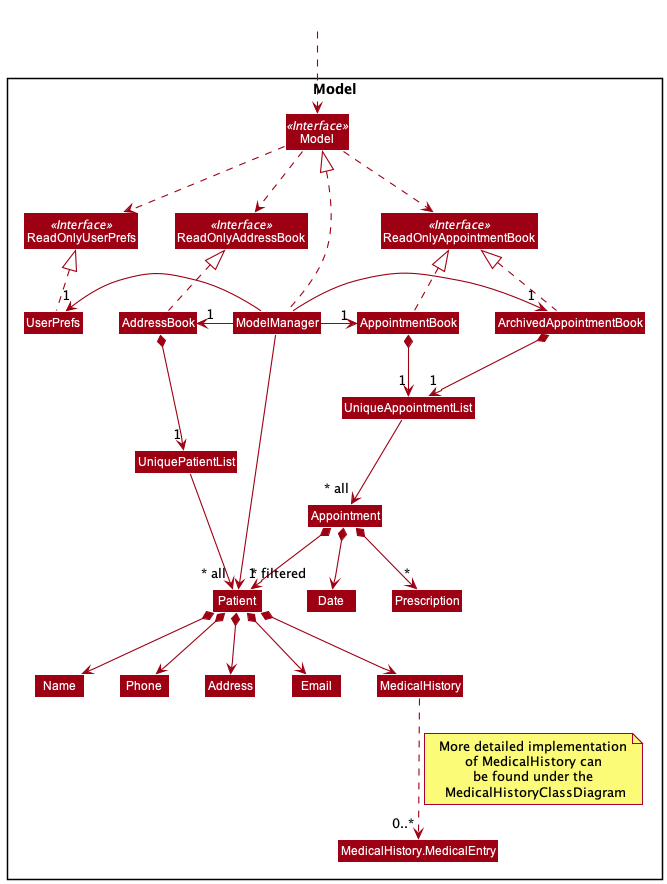
rish-16/tp keeps this PlantUML diagram as docs/diagrams/ModelClassDiagram.png. Above is the earlier version.
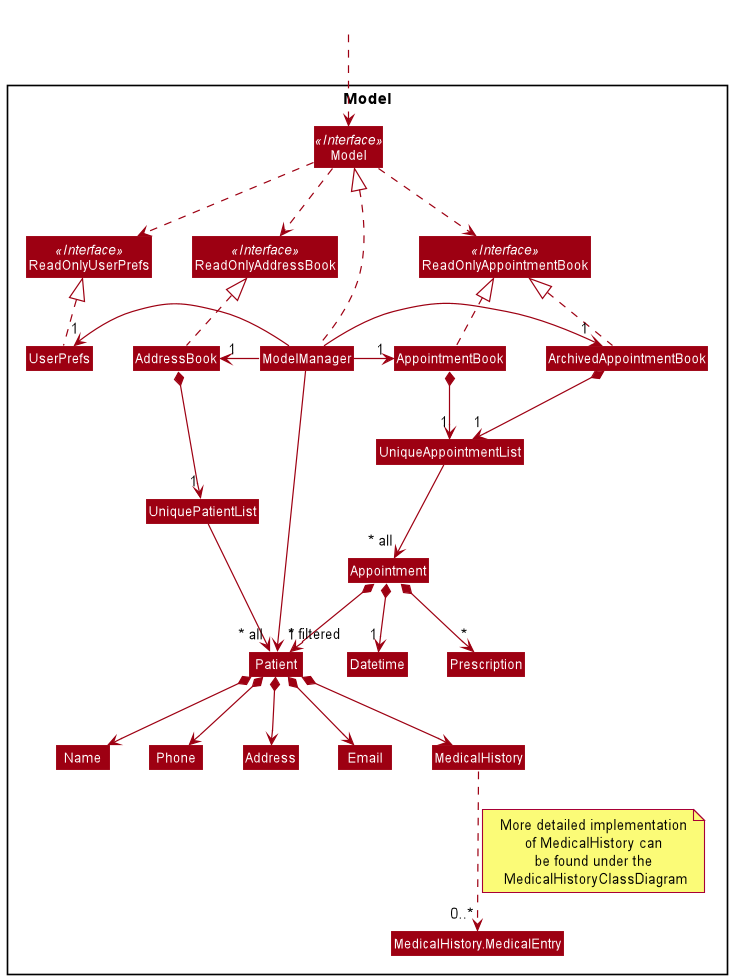
After the commit.

Change to the diagram source:
```diff
@@ -32,7 +32,7 @@
 Class MedicalHistory.MedicalEntry
 
 Class Appointment
-Class Date
+Class Datetime
 }
 
 Class HiddenOutside #FFFFFF
@@ -67,10 +67,9 @@
 
 UniqueAppointmentList --> "~* all" Appointment
 
-Appointment *--> Date
-
+Appointment *--> "1" Patient
+Appointment *--> "1" Datetime
 Appointment *--> "*" Prescription
-Appointment *--> "1" Patient
 
 Name -[hidden]right-> Phone
 Phone -[hidden]right-> Address
```
